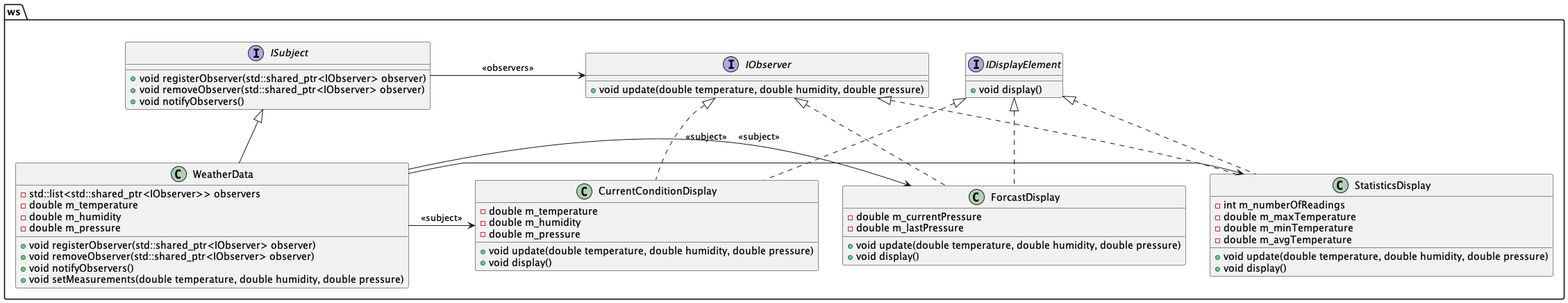
Above: chapter-02-observer/docs/class-diagram.png in mrezabayat/head-first-design-patterns (PlantUML), before the change. Its diagram source:
```plantuml
@startuml

namespace ws {

interface IObserver {
  +void update(double temperature, double humidity, double pressure)
}

interface ISubject {
  +void registerObserver(std::shared_ptr<IObserver> observer)
  +void removeObserver(std::shared_ptr<IObserver> observer)
  +void notifyObservers()
}

interface IDisplayElement {
  +void display()
}

class WeatherData {
  +void registerObserver(std::shared_ptr<IObserver> observer)
  +void removeObserver(std::shared_ptr<IObserver> observer)
  +void notifyObservers()
  +void setMeasurements(double temperature, double humidity, double pressure)
  -std::list<std::shared_ptr<IObserver>> observers
  -double m_temperature
  -double m_humidity
  -double m_pressure
}

class CurrentConditionDisplay {
  +void update(double temperature, double humidity, double pressure)
  +void display()
  -double m_temperature
  -double m_humidity
  -double m_pressure
}

class StatisticsDisplay {
  +void update(double temperature, double humidity, double pressure)
  +void display()
  -int m_numberOfReadings
  -double m_maxTemperature
  -double m_minTemperature
  -double m_avgTemperature
}

class ForcastDisplay {
  +void update(double temperature, double humidity, double pressure)
  +void display()
  -double m_currentPressure
  -double m_lastPressure
}

WeatherData -> CurrentConditionDisplay : <<subject>>
WeatherData -> StatisticsDisplay : <<subject>>
WeatherData -> ForcastDisplay : <<subject>>

IObserver <|.. CurrentConditionDisplay
IObserver <|.. StatisticsDisplay
IObserver <|.. ForcastDisplay


ISubject <|-- WeatherData
ISubject -> IObserver : <<observers>>

IDisplayElement <|.. CurrentConditionDisplay
IDisplayElement <|.. StatisticsDisplay
IDisplayElement <|.. ForcastDisplay

}

@enduml
```
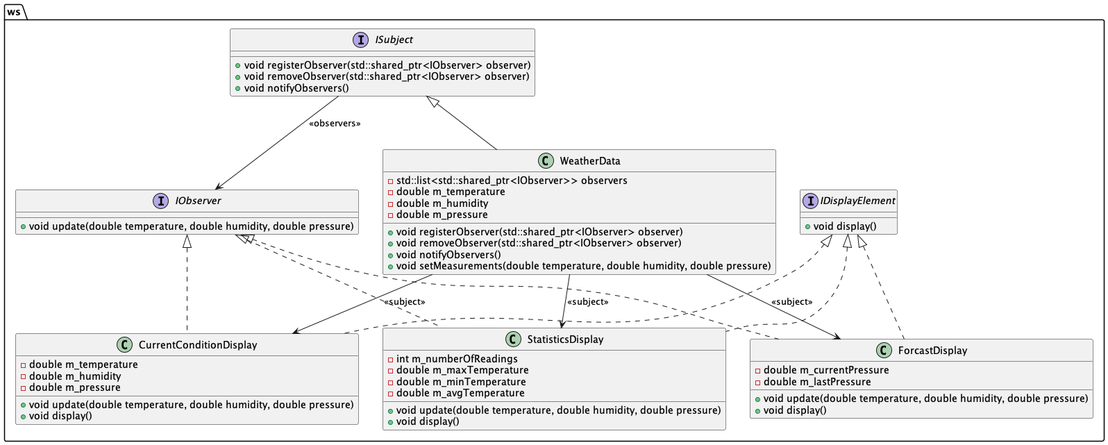
The same diagram one commit later.

Commit message:
Change uml diagram

What changed in the source:
```diff
@@ -51,9 +51,9 @@
   -double m_lastPressure
 }
 
-WeatherData -> CurrentConditionDisplay : <<subject>>
-WeatherData -> StatisticsDisplay : <<subject>>
-WeatherData -> ForcastDisplay : <<subject>>
+WeatherData -down-> CurrentConditionDisplay : <<subject>>
+WeatherData -down-> StatisticsDisplay : <<subject>>
+WeatherData -down-> ForcastDisplay : <<subject>>
 
 IObserver <|.. CurrentConditionDisplay
 IObserver <|.. StatisticsDisplay
```
